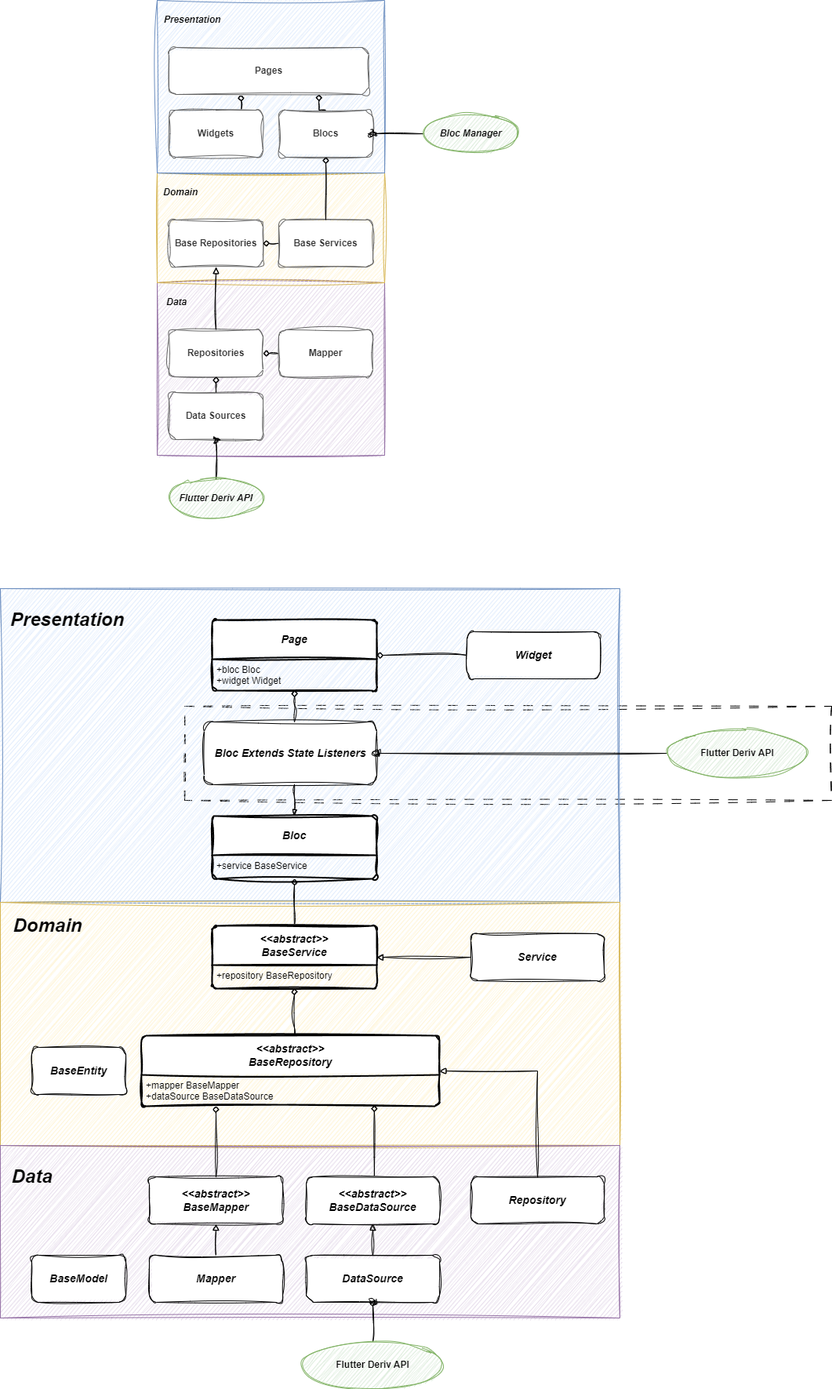
Before: deriv_architecture.drawio.png, a diagram exported from draw.io (hamed-rezaee/flutter_component_architecture_poc). Source tidied: cells renumbered, new cells last; positions are measured from the earlier drawing's top-left corner, leaving out a move shared by most shapes.
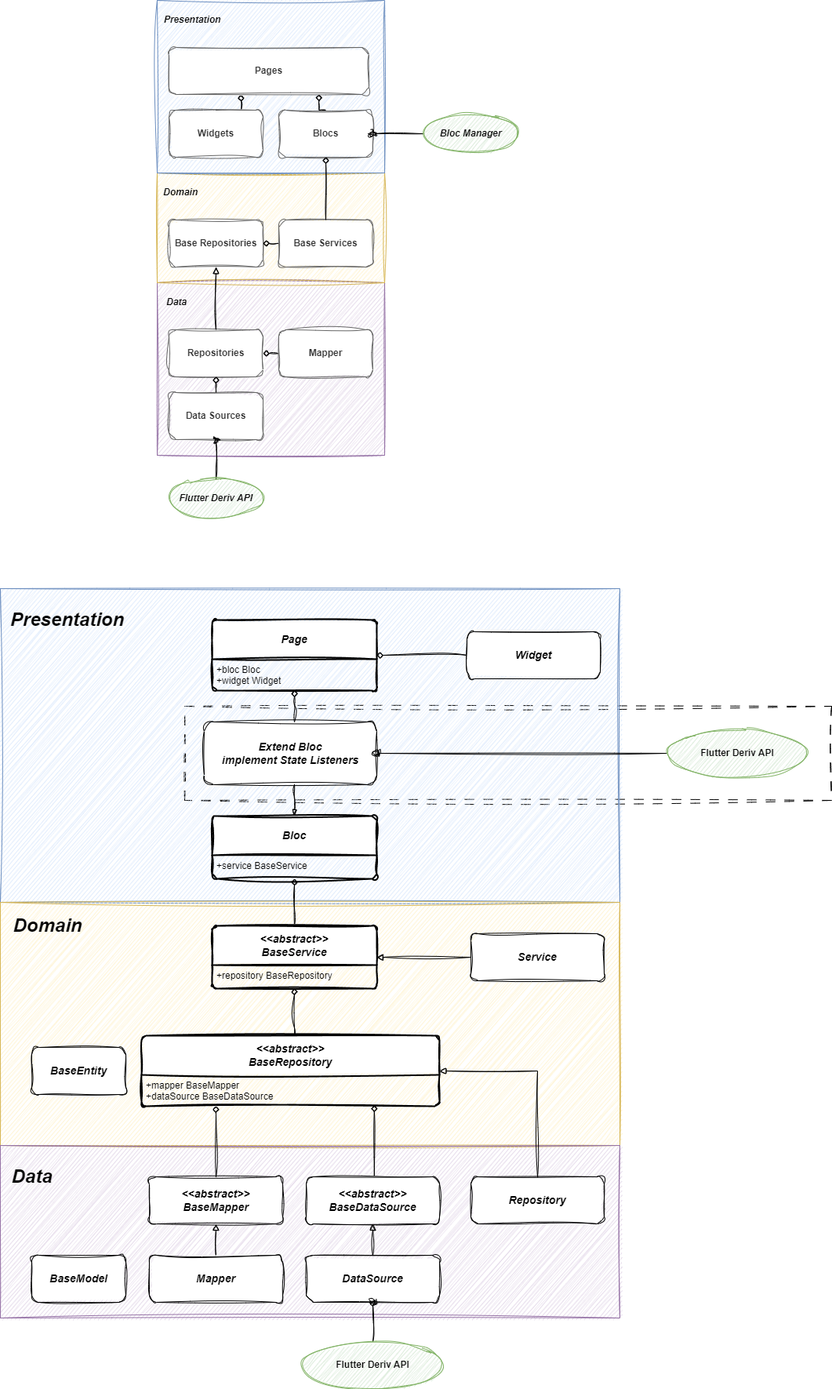
After the commit.

What changed in the source:
```diff
@@ -205,7 +205,7 @@
         <mxPoint x="375" y="1000" as="sourcePoint" />
       </mxGeometry>
     </mxCell>
-    <mxCell id="64" value="&lt;span&gt;&lt;span&gt;&lt;font style=&quot;font-size: 14px;&quot;&gt;Bloc Extends State Listeners&lt;br&gt;&lt;/font&gt;&lt;/span&gt;&lt;/span&gt;" style="rounded=1;whiteSpace=wrap;html=1;fontStyle=3;sketch=1;curveFitting=1;jiggle=2;" parent="1" vertex="1">
+    <mxCell id="64" value="&lt;span&gt;&lt;span&gt;&lt;font style=&quot;font-size: 14px;&quot;&gt;Extend Bloc&lt;br&gt;implement State Listeners&lt;br&gt;&lt;/font&gt;&lt;/span&gt;&lt;/span&gt;" style="rounded=1;whiteSpace=wrap;html=1;fontStyle=3;sketch=1;curveFitting=1;jiggle=2;" parent="1" vertex="1">
       <mxGeometry x="260" y="920" width="220" height="80" as="geometry" />
     </mxCell>
     <mxCell id="65" style="edgeStyle=orthogonalEdgeStyle;rounded=0;jettySize=auto;html=1;exitX=0;exitY=0.5;exitDx=0;exitDy=0;endArrow=oval;endFill=0;sketch=1;curveFitting=1;jiggle=2;" parent="1" edge="1" source="66" target="64">
```
